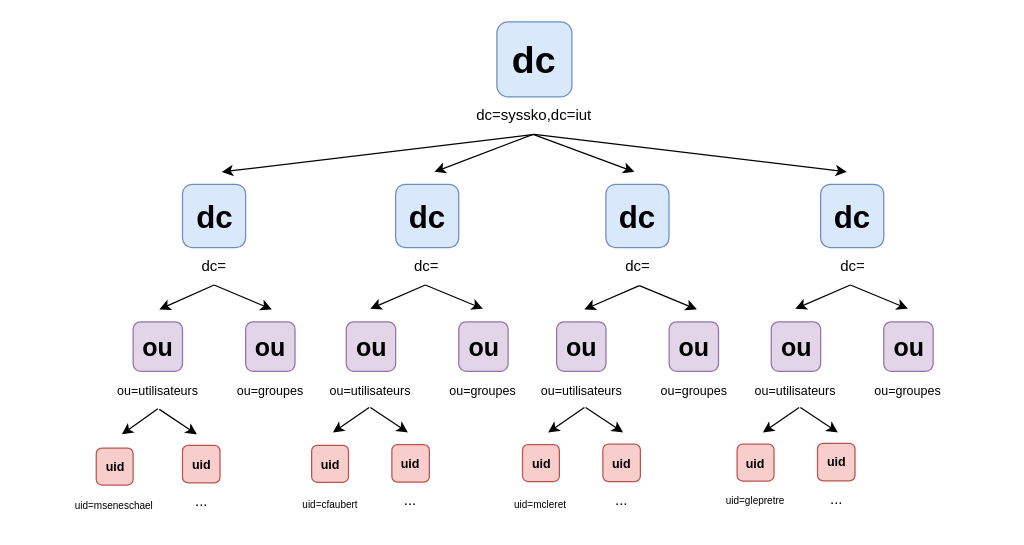
This is equipe-b/projet/LDAP/ldap.drawio from Mattieu2t/s5b01_, a draw.io file, before an edit. Source tidied: cells renumbered, new cells numbered last; positions are measured from the earlier drawing's top-left corner, leaving out a move shared by most shapes. Both pictures are drawn from the tidied source at 125%, with x=0, y=0 at pixel (20, 21).
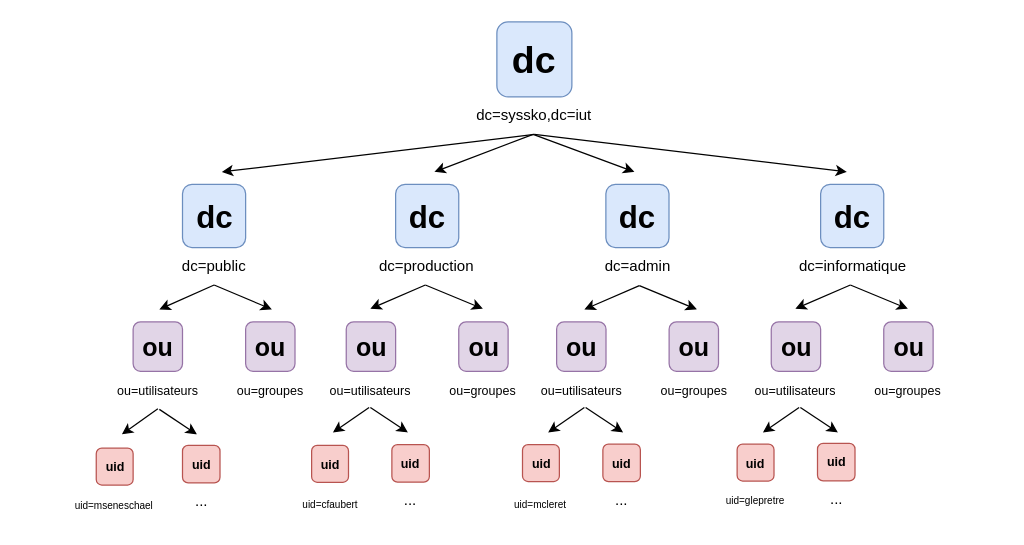
The same page after the edit.

Commit message (it also covers changes not shown here):
update ldap fin

Diff of the diagram source:
```diff
@@
-    <mxCell id="7" value="dc=" style="text;html=1;strokeColor=none;fillColor=none;align=center;verticalAlign=middle;whiteSpace=wrap;rounded=0;" parent="1" vertex="1">
+    <mxCell id="7" value="dc=public" style="text;html=1;strokeColor=none;fillColor=none;align=center;verticalAlign=middle;whiteSpace=wrap;rounded=0;" parent="1" vertex="1">
       <mxGeometry x="79.8" y="180.5" width="150" height="30" as="geometry" />
     </mxCell>
-    <mxCell id="8" value="dc=" style="text;html=1;strokeColor=none;fillColor=none;align=center;verticalAlign=middle;whiteSpace=wrap;rounded=0;" parent="1" vertex="1">
+    <mxCell id="8" value="dc=production" style="text;html=1;strokeColor=none;fillColor=none;align=center;verticalAlign=middle;whiteSpace=wrap;rounded=0;" parent="1" vertex="1">
       <mxGeometry x="249.8" y="180.5" width="150" height="30" as="geometry" />
     </mxCell>
-    <mxCell id="9" value="dc=" style="text;html=1;strokeColor=none;fillColor=none;align=center;verticalAlign=middle;whiteSpace=wrap;rounded=0;" parent="1" vertex="1">
+    <mxCell id="9" value="dc=admin" style="text;html=1;strokeColor=none;fillColor=none;align=center;verticalAlign=middle;whiteSpace=wrap;rounded=0;" parent="1" vertex="1">
       <mxGeometry x="418.5" y="180.5" width="150" height="30" as="geometry" />
     </mxCell>
-    <mxCell id="10" value="dc=" style="text;html=1;strokeColor=none;fillColor=none;align=center;verticalAlign=middle;whiteSpace=wrap;rounded=0;" parent="1" vertex="1">
+    <mxCell id="10" value="dc=informatique" style="text;html=1;strokeColor=none;fillColor=none;align=center;verticalAlign=middle;whiteSpace=wrap;rounded=0;" parent="1" vertex="1">
       <mxGeometry x="590.8" y="180.5" width="150" height="30" as="geometry" />
     </mxCell>
```
